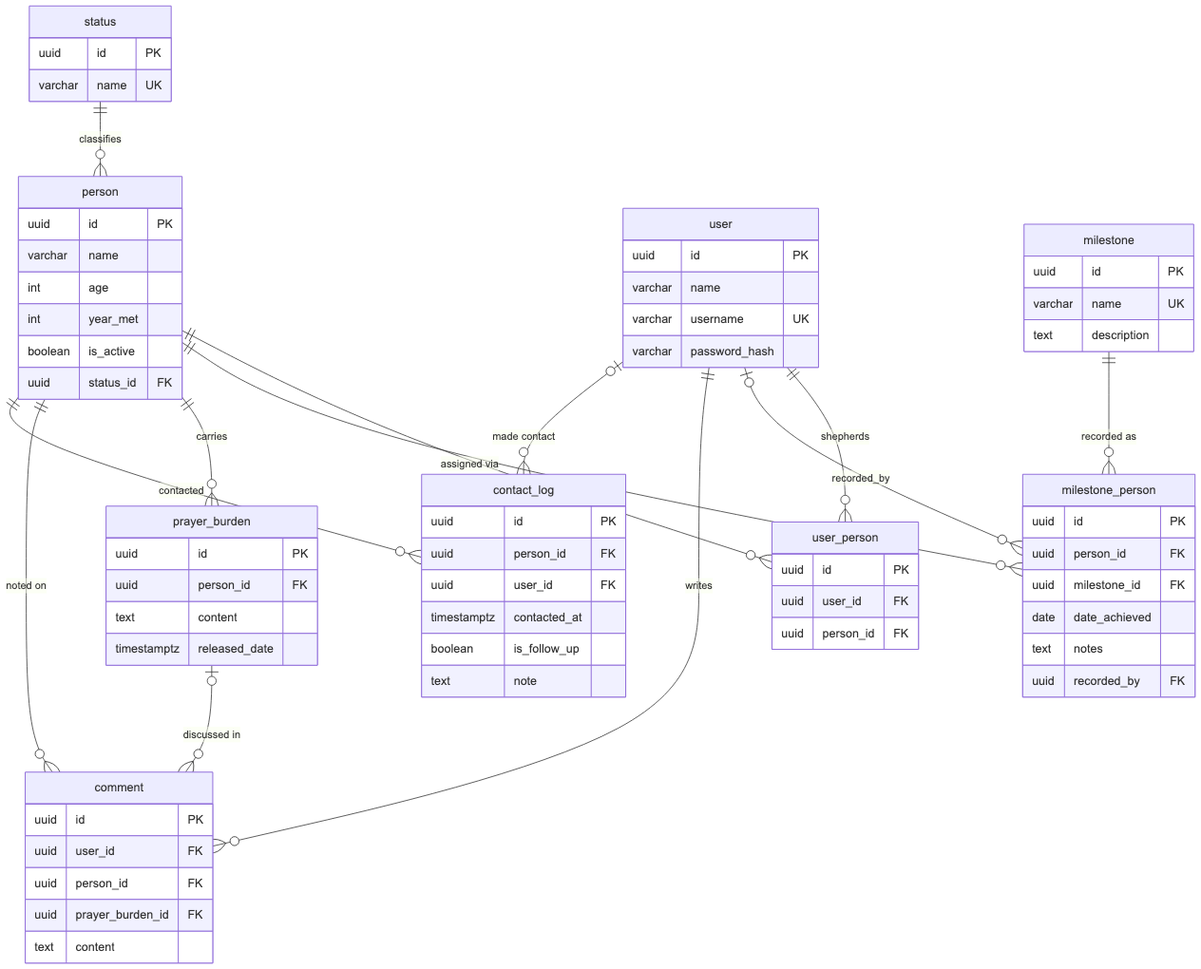
This is docs/diagrams/schema.png from CocoaCommander/shepherd-my-sheep, a Mermaid export, as it was before one commit. Its source is kept beside it as docs/diagrams/schema.mmd.
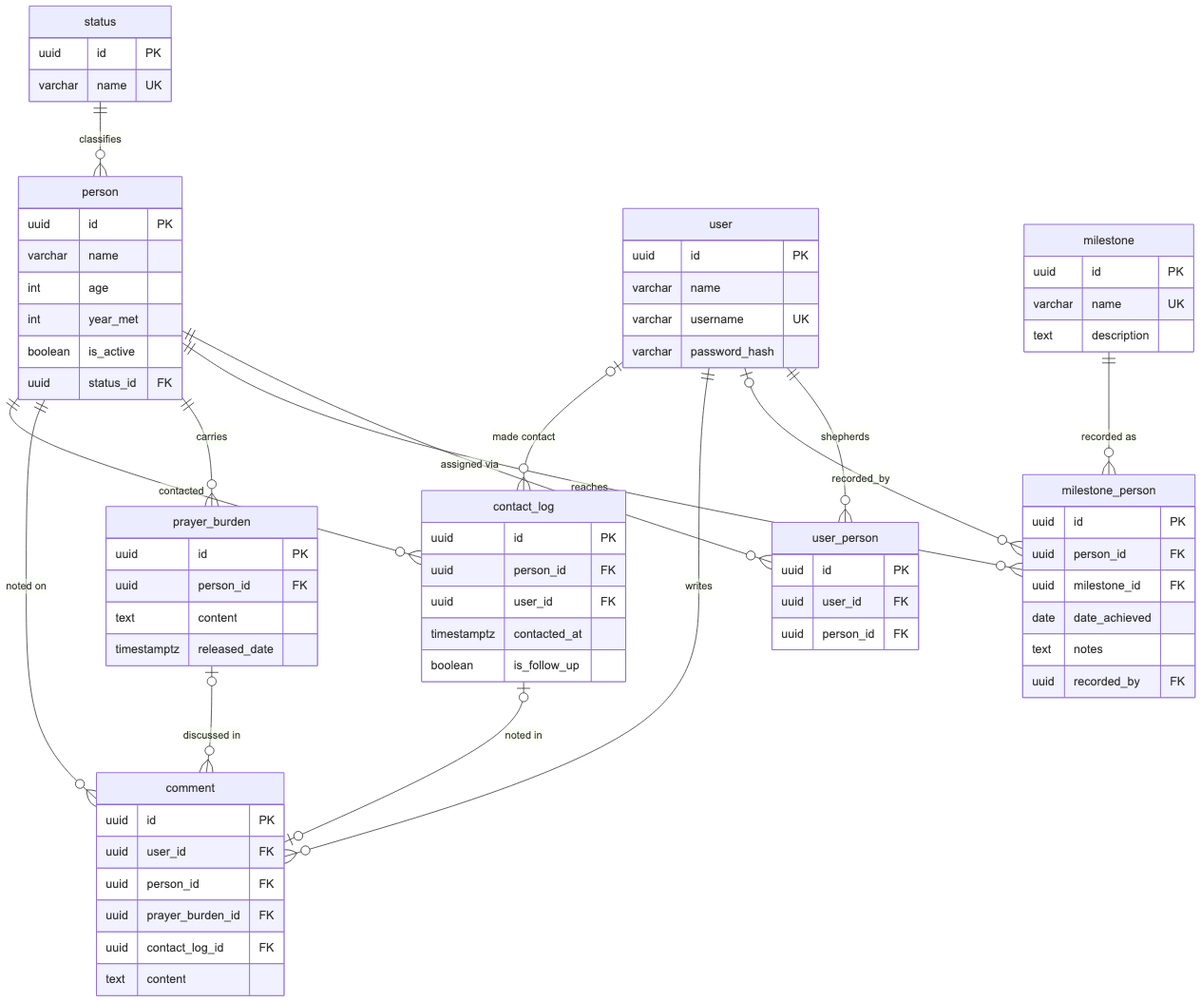
After the commit.

Commit message:
save contact notes as comments

Diff of the diagram source:
```diff
@@ -15,6 +15,7 @@
 
     person ||--o{ contact_log : "contacted"
     user |o--o{ contact_log : "made contact"
+    contact_log |o--o| comment : "noted in"
 
     status {
         uuid id PK
@@ -63,6 +64,7 @@
         uuid user_id FK
         uuid person_id FK
         uuid prayer_burden_id FK
+        uuid contact_log_id FK
         text content
     }
     contact_log {
@@ -71,5 +73,4 @@
         uuid user_id FK
         timestamptz contacted_at
         boolean is_follow_up
-        text note
     }
```
